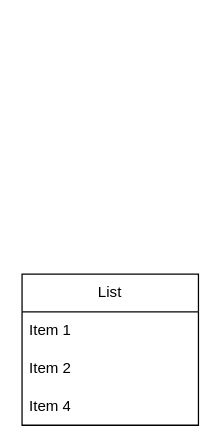
Before: Untitled Diagram.drawio in dantremb/blueprint, a draw.io diagram. Source tidied: cells renumbered, new cells numbered last; positions are measured from the earlier drawing's top-left corner, leaving out a move shared by most shapes. Both pictures are drawn from the tidied source at 126%, with x=0, y=0 at pixel (21, 273).
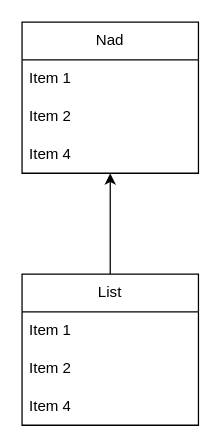
The same diagram, later.

What changed in the source:
```diff
@@
 <mxGraphModel>
   <root>
     <mxCell id="0" />
     <mxCell id="1" parent="0" />
+    <mxCell id="6" style="edgeStyle=orthogonalEdgeStyle;rounded=0;jettySize=auto;html=1;" parent="1" edge="1" source="2" target="7">
+      <mxGeometry relative="1" as="geometry" />
+    </mxCell>
     <mxCell id="2" value="List" style="swimlane;fontStyle=0;horizontal=1;startSize=30;whiteSpace=wrap;html=1;" parent="1" vertex="1">
       <mxGeometry width="140" height="120" as="geometry" />
     </mxCell>
     <mxCell id="3" value="Item 1" style="text;strokeColor=none;fillColor=none;align=left;verticalAlign=middle;spacingLeft=4;spacingRight=4;overflow=hidden;whiteSpace=wrap;html=1;" parent="2" vertex="1">
       <mxGeometry y="30" width="140" height="30" as="geometry" />
     </mxCell>
     <mxCell id="4" value="Item 2" style="text;strokeColor=none;fillColor=none;align=left;verticalAlign=middle;spacingLeft=4;spacingRight=4;overflow=hidden;whiteSpace=wrap;html=1;" parent="2" vertex="1">
       <mxGeometry y="60" width="140" height="30" as="geometry" />
     </mxCell>
     <mxCell id="5" value="Item 4" style="text;strokeColor=none;fillColor=none;align=left;verticalAlign=middle;spacingLeft=4;spacingRight=4;overflow=hidden;whiteSpace=wrap;html=1;" parent="2" vertex="1">
       <mxGeometry y="90" width="140" height="30" as="geometry" />
     </mxCell>
+    <mxCell id="7" value="Nad" style="swimlane;fontStyle=0;horizontal=1;startSize=30;whiteSpace=wrap;html=1;" parent="1" vertex="1">
+      <mxGeometry y="-200" width="140" height="120" as="geometry" />
+    </mxCell>
+    <mxCell id="8" value="Item 1" style="text;strokeColor=none;fillColor=none;align=left;verticalAlign=middle;spacingLeft=4;spacingRight=4;overflow=hidden;whiteSpace=wrap;html=1;" parent="7" vertex="1">
+      <mxGeometry y="30" width="140" height="30" as="geometry" />
+    </mxCell>
+    <mxCell id="9" value="Item 2" style="text;strokeColor=none;fillColor=none;align=left;verticalAlign=middle;spacingLeft=4;spacingRight=4;overflow=hidden;whiteSpace=wrap;html=1;" parent="7" vertex="1">
+      <mxGeometry y="60" width="140" height="30" as="geometry" />
+    </mxCell>
+    <mxCell id="10" value="Item 4" style="text;strokeColor=none;fillColor=none;align=left;verticalAlign=middle;spacingLeft=4;spacingRight=4;overflow=hidden;whiteSpace=wrap;html=1;" parent="7" vertex="1">
+      <mxGeometry y="90" width="140" height="30" as="geometry" />
+    </mxCell>
   </root>
 </mxGraphModel>
```
